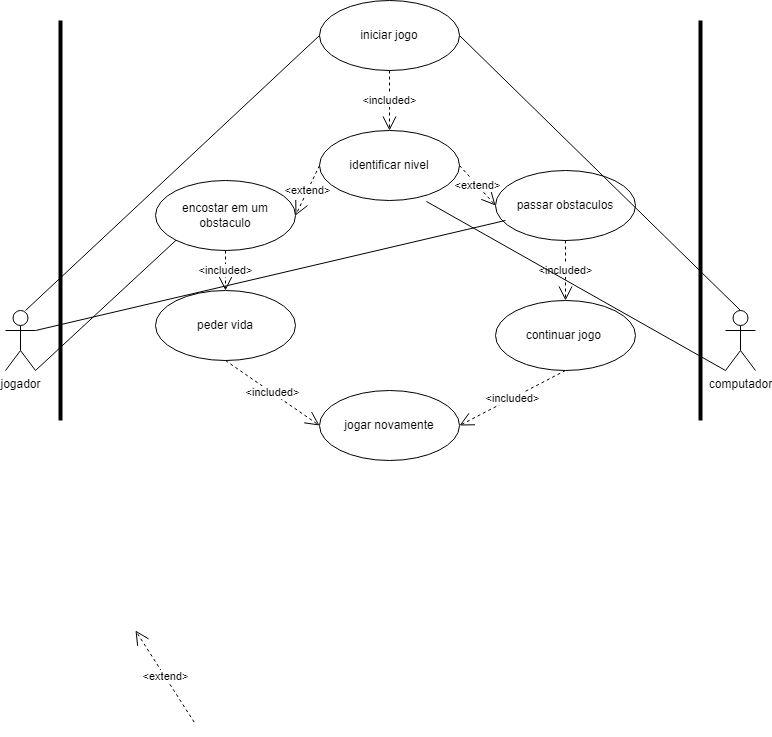
Earlier version of the draw.io export Diagrama sem nome.drawio.png (KalCastro/Game_Deep). Source tidied: cells renumbered, new cells last; positions are measured from the earlier drawing's top-left corner, leaving out a move shared by most shapes.
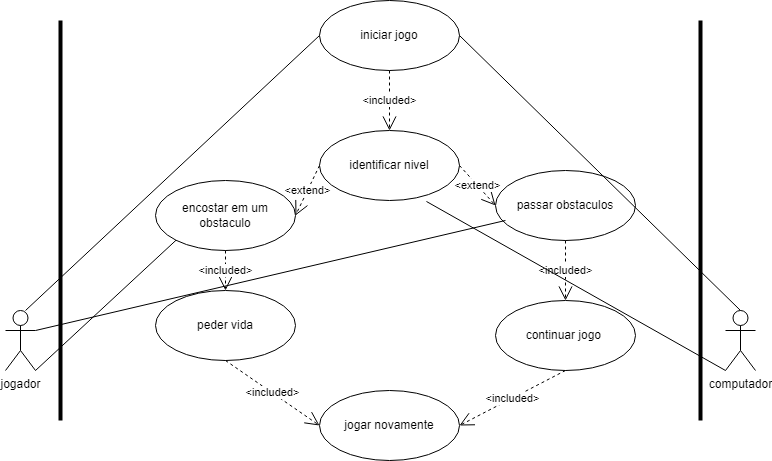
Above is the later version.

The edit, as a diff of the source:
```diff
@@ -29,12 +29,6 @@
     <mxCell id="10" value="&amp;lt;included&amp;gt;" style="endArrow=open;endSize=12;dashed=1;html=1;rounded=0;exitX=0.5;exitY=1;exitDx=0;exitDy=0;entryX=0.5;entryY=0;entryDx=0;entryDy=0;" parent="1" edge="1" source="3" target="2">
       <mxGeometry relative="1" as="geometry" />
     </mxCell>
-    <mxCell id="11" value="&amp;lt;extend&amp;gt;" style="endArrow=open;endSize=12;dashed=1;html=1;rounded=0;" parent="1" edge="1">
-      <mxGeometry relative="1" as="geometry">
-        <mxPoint x="188.7" y="721.7" as="sourcePoint" />
-        <mxPoint x="130" y="630" as="targetPoint" />
-      </mxGeometry>
-    </mxCell>
     <mxCell id="12" value="&amp;lt;included&amp;gt;" style="endArrow=open;endSize=12;dashed=1;html=1;rounded=0;exitX=0.5;exitY=1;exitDx=0;exitDy=0;entryX=0;entryY=0.5;entryDx=0;entryDy=0;" parent="1" edge="1" source="4" target="5">
       <mxGeometry relative="1" as="geometry" />
     </mxCell>
```
